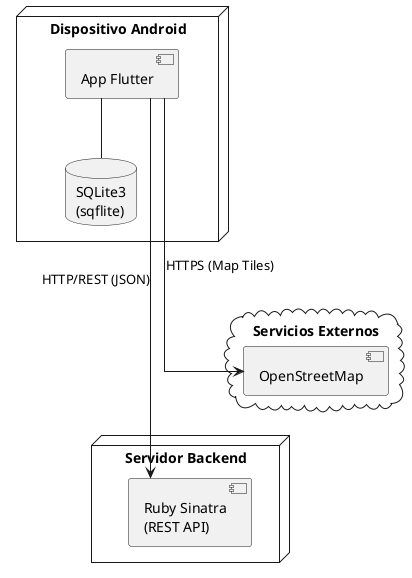
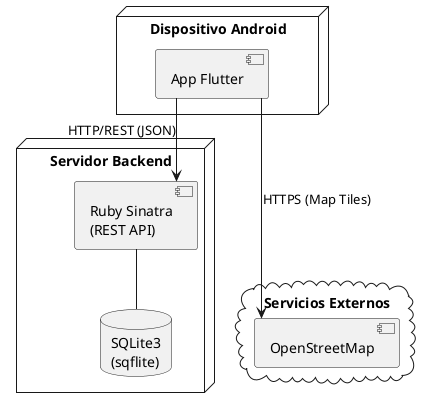
@startuml
'!theme plain
skinparam linetype ortho

node "Dispositivo Android" as mobile {
  component "App Flutter" as flutter
-   database "SQLite3\n(sqflite)" as db
-   flutter -- db
+ 
}

node "Servidor Backend" as backend {
  component "Ruby Sinatra\n(REST API)" as sinatra
+   database "SQLite3\n(sqflite)" as db
+   sinatra -- db
}

cloud "Servicios Externos" as ext {
  component "OpenStreetMap" as osm
}

- flutter -----> sinatra : HTTP/REST (JSON)
- flutter ----> osm : HTTPS (Map Tiles)
+ flutter --> sinatra : HTTP/REST (JSON)
+ flutter ---> osm : HTTPS (Map Tiles)

@enduml